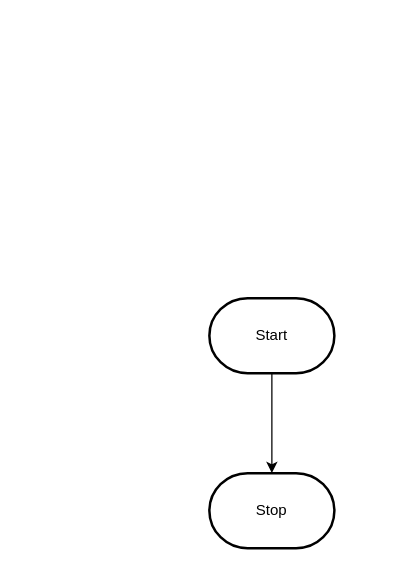
Before: design/flowchart.drawio in MTHS-ICS2O-2-2022/ICS2O-Unit-6-03-Mohamad-Tanbari, a draw.io diagram. Source tidied: cells renumbered, new cells numbered last; positions are measured from the earlier drawing's top-left corner, leaving out a move shared by most shapes. Both pictures are drawn from the tidied source at 125%, with x=0, y=0 at pixel (209, 298).
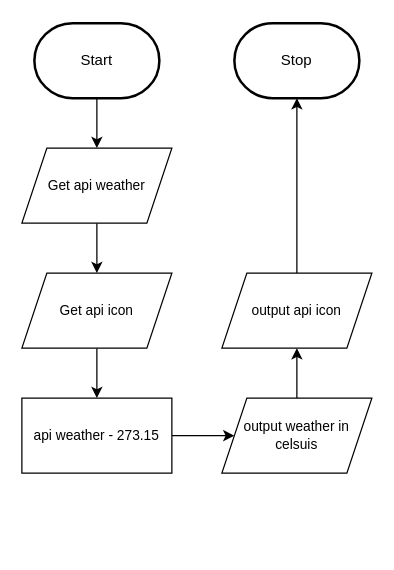
After the change.

The edit, as a diff of the source:
```diff
@@
 <mxGraphModel>
   <root>
     <mxCell id="0" />
     <mxCell id="1" parent="0" />
-    <mxCell id="2" style="edgeStyle=orthogonalEdgeStyle;html=1;rounded=0;" parent="1" edge="1" source="3" target="4">
-      <mxGeometry relative="1" as="geometry" />
-    </mxCell>
+    <mxCell id="5" style="edgeStyle=orthogonalEdgeStyle;shape=connector;rounded=0;html=1;labelBackgroundColor=default;strokeColor=default;fontFamily=Helvetica;fontSize=11;fontColor=default;endArrow=classic;" parent="1" edge="1" source="3" target="7">
+      <mxGeometry relative="1" as="geometry" />
+    </mxCell>
     <mxCell id="3" value="Start" style="strokeWidth=2;html=1;shape=mxgraph.flowchart.terminator;whiteSpace=wrap;" parent="1" vertex="1">
-      <mxGeometry width="100" height="60" as="geometry" />
+      <mxGeometry x="-140" y="-220" width="100" height="60" as="geometry" />
     </mxCell>
     <mxCell id="4" value="Stop" style="strokeWidth=2;html=1;shape=mxgraph.flowchart.terminator;whiteSpace=wrap;" parent="1" vertex="1">
-      <mxGeometry y="140" width="100" height="60" as="geometry" />
+      <mxGeometry x="20" y="-220" width="100" height="60" as="geometry" />
     </mxCell>
+    <mxCell id="6" style="edgeStyle=orthogonalEdgeStyle;shape=connector;rounded=0;html=1;labelBackgroundColor=default;strokeColor=default;fontFamily=Helvetica;fontSize=11;fontColor=default;endArrow=classic;" parent="1" edge="1" source="7" target="9">
+      <mxGeometry relative="1" as="geometry" />
+    </mxCell>
+    <mxCell id="7" value="Get api weather" style="shape=parallelogram;perimeter=parallelogramPerimeter;whiteSpace=wrap;html=1;fixedSize=1;fontFamily=Helvetica;fontSize=11;fontColor=default;" parent="1" vertex="1">
+      <mxGeometry x="-150" y="-120" width="120" height="60" as="geometry" />
+    </mxCell>
+    <mxCell id="8" style="edgeStyle=orthogonalEdgeStyle;shape=connector;rounded=0;html=1;labelBackgroundColor=default;strokeColor=default;fontFamily=Helvetica;fontSize=11;fontColor=default;endArrow=classic;" parent="1" edge="1" source="9" target="11">
+      <mxGeometry relative="1" as="geometry" />
+    </mxCell>
+    <mxCell id="9" value="Get api icon" style="shape=parallelogram;perimeter=parallelogramPerimeter;whiteSpace=wrap;html=1;fixedSize=1;fontFamily=Helvetica;fontSize=11;fontColor=default;" parent="1" vertex="1">
+      <mxGeometry x="-150" y="-20" width="120" height="60" as="geometry" />
+    </mxCell>
+    <mxCell id="10" style="edgeStyle=orthogonalEdgeStyle;shape=connector;rounded=0;html=1;labelBackgroundColor=default;strokeColor=default;fontFamily=Helvetica;fontSize=11;fontColor=default;endArrow=classic;" parent="1" edge="1" source="11" target="13">
+      <mxGeometry relative="1" as="geometry" />
+    </mxCell>
+    <mxCell id="11" value="api weather - 273.15" style="rounded=0;whiteSpace=wrap;html=1;fontFamily=Helvetica;fontSize=11;fontColor=default;" parent="1" vertex="1">
+      <mxGeometry x="-150" y="80" width="120" height="60" as="geometry" />
+    </mxCell>
+    <mxCell id="12" style="edgeStyle=orthogonalEdgeStyle;shape=connector;rounded=0;html=1;labelBackgroundColor=default;strokeColor=default;fontFamily=Helvetica;fontSize=11;fontColor=default;endArrow=classic;" parent="1" edge="1" source="13" target="15">
+      <mxGeometry relative="1" as="geometry" />
+    </mxCell>
+    <mxCell id="13" value="output weather in celsuis" style="shape=parallelogram;perimeter=parallelogramPerimeter;whiteSpace=wrap;html=1;fixedSize=1;fontFamily=Helvetica;fontSize=11;fontColor=default;" parent="1" vertex="1">
+      <mxGeometry x="10" y="80" width="120" height="60" as="geometry" />
+    </mxCell>
+    <mxCell id="14" style="edgeStyle=orthogonalEdgeStyle;shape=connector;rounded=0;html=1;entryX=0.5;entryY=1;entryDx=0;entryDy=0;entryPerimeter=0;labelBackgroundColor=default;strokeColor=default;fontFamily=Helvetica;fontSize=11;fontColor=default;endArrow=classic;" parent="1" edge="1" source="15" target="4">
+      <mxGeometry relative="1" as="geometry" />
+    </mxCell>
+    <mxCell id="15" value="output api icon" style="shape=parallelogram;perimeter=parallelogramPerimeter;whiteSpace=wrap;html=1;fixedSize=1;fontFamily=Helvetica;fontSize=11;fontColor=default;" parent="1" vertex="1">
+      <mxGeometry x="10" y="-20" width="120" height="60" as="geometry" />
+    </mxCell>
   </root>
 </mxGraphModel>
```
